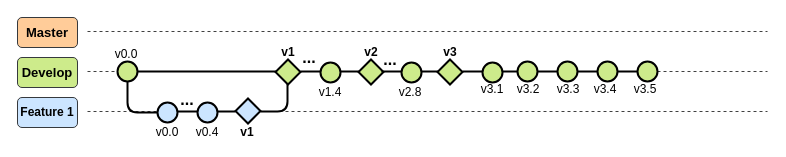
Before: page "Develop" (2 of 3) of 03_ImagenesRepo/01_GitFlow.drawio in LEOSZ8/Tesis_Msc_LSZ, a draw.io diagram. Source tidied: cells renumbered, new cells numbered last; positions are measured from the earlier drawing's top-left corner, leaving out a move shared by most shapes. Both pictures are drawn from the tidied source at 100%, with x=0, y=0 at pixel (17, 17).
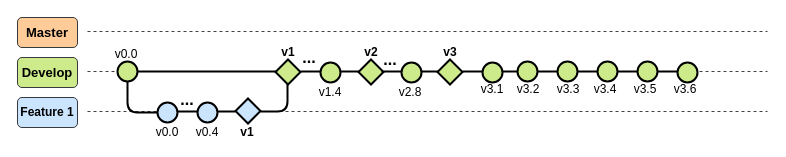
The same page after the edit.

Unchanged cells that the change refers to:
```xml
<mxCell id="51" style="ellipse;whiteSpace=wrap;html=1;fillColor=#CDEB8B;strokeColor=#000000;strokeWidth=2;" parent="1" vertex="1">
  <mxGeometry x="620" y="44" width="20" height="20" as="geometry" />
</mxCell>
```

Diff of the diagram source:
```diff
@@
+    <mxCell id="53" style="edgeStyle=orthogonalEdgeStyle;rounded=0;jettySize=auto;html=1;endArrow=none;endFill=0;strokeWidth=2;" parent="1" edge="1" source="51" target="54">
+      <mxGeometry relative="1" as="geometry" />
+    </mxCell>
@@
+    <mxCell id="54" style="ellipse;whiteSpace=wrap;html=1;fillColor=#CDEB8B;strokeColor=#000000;strokeWidth=2;" parent="1" vertex="1">
+      <mxGeometry x="660" y="45" width="20" height="20" as="geometry" />
+    </mxCell>
+    <mxCell id="55" value="v3.6" style="text;html=1;align=center;verticalAlign=middle;whiteSpace=wrap;rounded=0;" parent="1" vertex="1">
+      <mxGeometry x="653" y="67" width="30" height="10" as="geometry" />
+    </mxCell>
```
